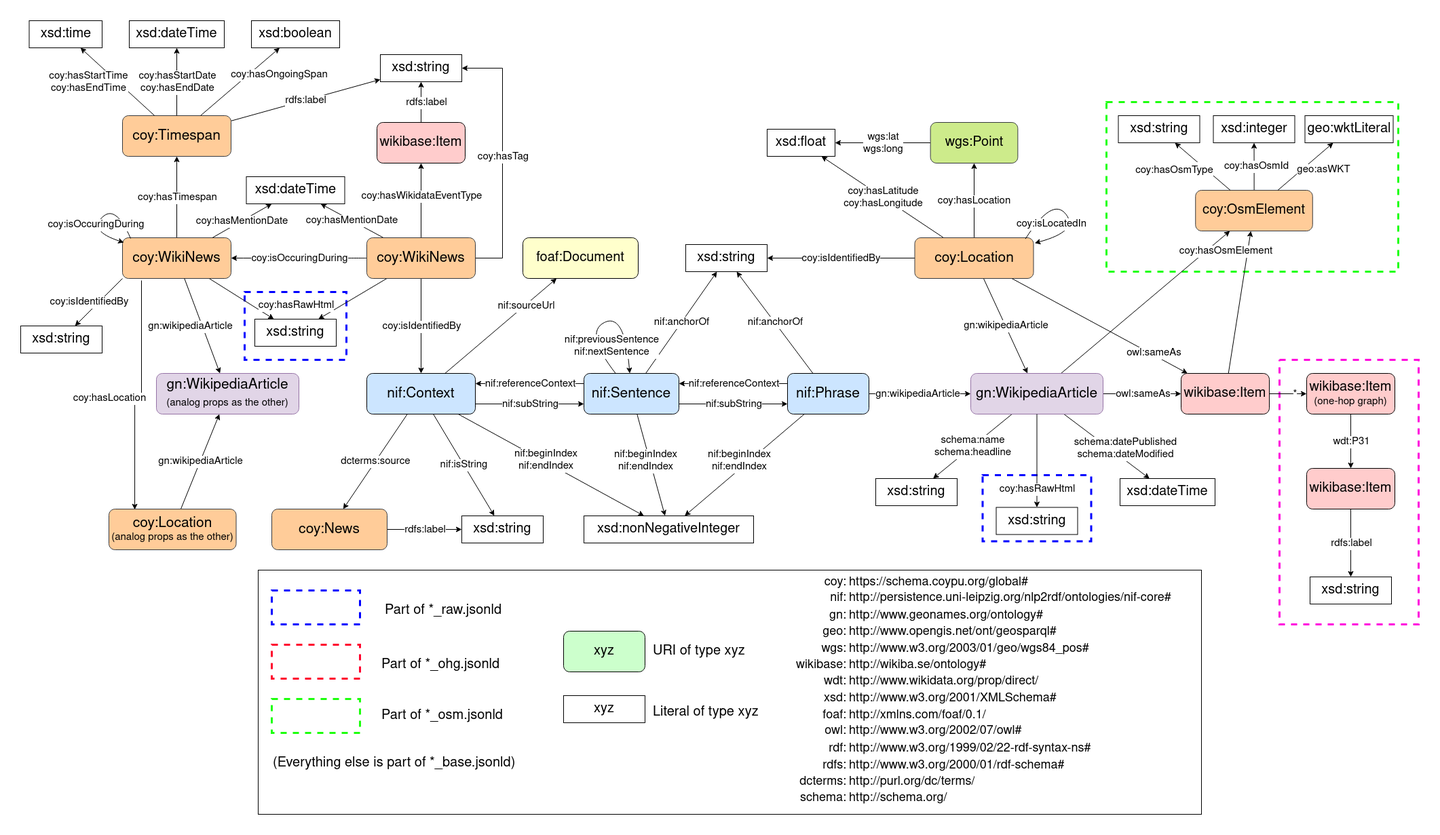
semantic-systems/current-events-to-kg keeps this draw.io diagram as docs/Schema.drawio.png. Above is the earlier version. Source tidied: cells renumbered, new cells last; positions are measured from the earlier drawing's top-left corner, leaving out a move shared by most shapes.
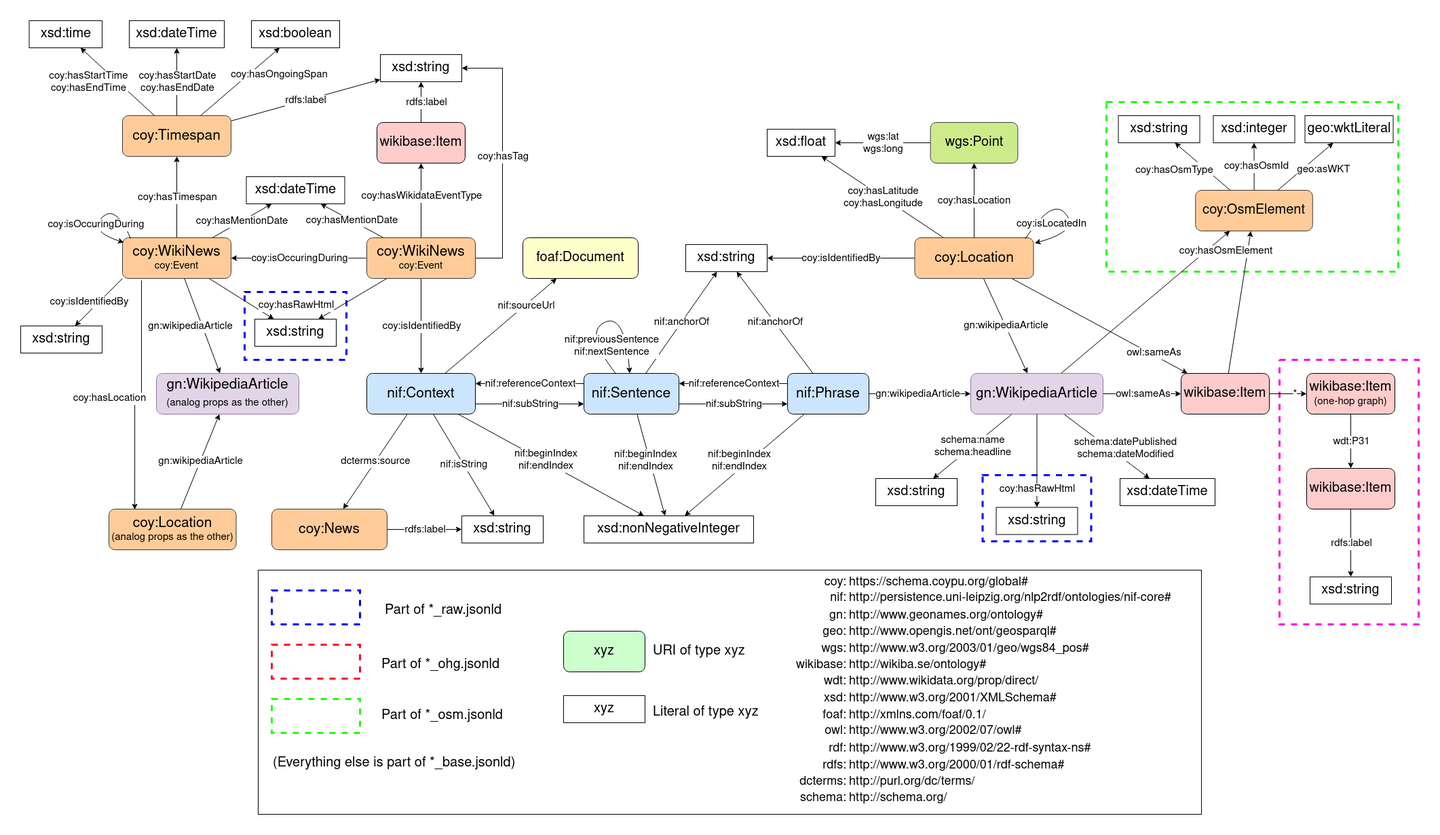
After the change.

Change to the diagram source:
```diff
@@ -475,7 +475,7 @@
         <mxPoint x="-47" y="27" as="offset" />
       </mxGeometry>
     </mxCell>
-    <mxCell id="150" value="&lt;font style=&quot;font-size: 21px;&quot;&gt;coy:WikiNews&lt;/font&gt;" style="rounded=1;whiteSpace=wrap;html=1;labelBackgroundColor=none;fontFamily=Helvetica;fontSize=15;fillColor=#ffcc99;strokeColor=#36393d;" parent="1" vertex="1">
+    <mxCell id="150" value="&lt;div&gt;&lt;font style=&quot;font-size: 21px;&quot;&gt;coy:WikiNews&lt;/font&gt;&lt;/div&gt;&lt;div style=&quot;line-height: 120%;&quot;&gt;&lt;font style=&quot;font-size: 15px;&quot;&gt;coy:Event&lt;br&gt;&lt;/font&gt;&lt;/div&gt;" style="rounded=1;whiteSpace=wrap;html=1;labelBackgroundColor=none;fontFamily=Helvetica;fontSize=15;fillColor=#ffcc99;strokeColor=#36393d;" parent="1" vertex="1">
       <mxGeometry x="150" y="320" width="160" height="60" as="geometry" />
     </mxCell>
     <mxCell id="151" style="edgeStyle=none;rounded=0;jumpStyle=arc;jettySize=auto;html=1;fontSize=15;" parent="1" edge="1" source="150" target="137">
@@ -623,7 +623,7 @@
         <mxPoint x="-1" y="51" as="offset" />
       </mxGeometry>
     </mxCell>
-    <mxCell id="190" value="coy:WikiNews" style="rounded=1;whiteSpace=wrap;html=1;labelBackgroundColor=none;fontFamily=Helvetica;fontSize=21;fillColor=#ffcc99;strokeColor=#36393d;" parent="1" vertex="1">
+    <mxCell id="190" value="&lt;div style=&quot;line-height: 120%;&quot; align=&quot;center&quot;&gt;&lt;font style=&quot;font-size: 21px;&quot;&gt;coy:WikiNews&lt;/font&gt;&lt;/div&gt;&lt;div style=&quot;line-height: 120%; font-size: 15px;&quot; align=&quot;center&quot;&gt;&lt;font style=&quot;font-size: 15px;&quot;&gt;&lt;font style=&quot;font-size: 15px;&quot;&gt;coy:Event&lt;/font&gt;&lt;br&gt;&lt;/font&gt;&lt;/div&gt;" style="rounded=1;whiteSpace=wrap;html=1;labelBackgroundColor=none;fontFamily=Helvetica;fontSize=21;fillColor=#ffcc99;strokeColor=#36393d;align=center;" parent="1" vertex="1">
       <mxGeometry x="510" y="320" width="160" height="60" as="geometry" />
     </mxCell>
     <mxCell id="191" value="&lt;font style=&quot;font-size: 20px;&quot;&gt;xsd:string&lt;/font&gt;" style="rounded=0;whiteSpace=wrap;html=1;labelBackgroundColor=default;fontFamily=Helvetica;fontSize=15;fontColor=default;fillColor=none;gradientColor=none;" parent="1" vertex="1">
```
